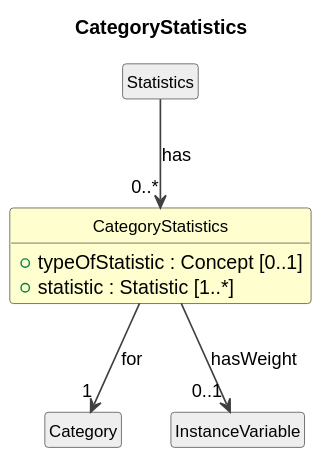
Above: cdif-uml-model/CDIFDataStructure/Classes/CategoryStatistics.svg in Cross-Domain-Interoperability-Framework/metadataBuildingBlocks (PlantUML), before the change. Source of this version:
```plantuml
@startuml
title CategoryStatistics
hide circle
hide empty members
skinparam shadowing false
skinparam ArrowThickness 1.2
skinparam class {
  ArrowColor #404040
  BorderColor #404040
  FontSize 12
}

class "CategoryStatistics" as CategoryStatistics #FEFECE {
  +typeOfStatistic : Concept [0..1]
  +statistic : Statistic [1..*]
}
class "Statistics" as Statistics #EEEEEE
Statistics --> "0..*" CategoryStatistics : has
class "Category" as Category #EEEEEE
CategoryStatistics --> "1" Category : for
class "InstanceVariable" as InstanceVariable #EEEEEE
CategoryStatistics --> "0..1" InstanceVariable : hasWeight
@enduml
```
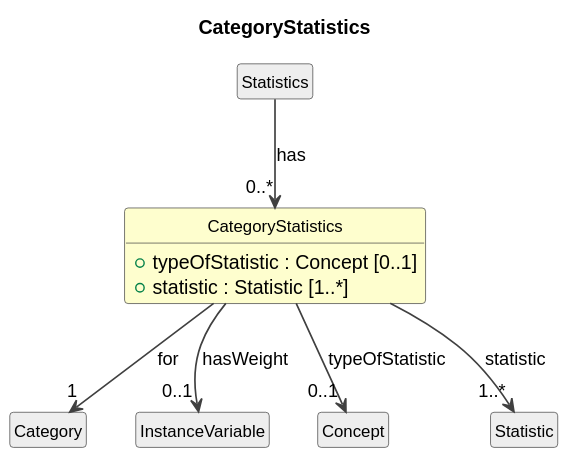
After the change.

What changed in the source:
```diff
@@ -20,4 +20,8 @@
 CategoryStatistics --> "1" Category : for
 class "InstanceVariable" as InstanceVariable #EEEEEE
 CategoryStatistics --> "0..1" InstanceVariable : hasWeight
+class "Concept" as Concept #EEEEEE
+CategoryStatistics --> "0..1" Concept : typeOfStatistic
+class "Statistic" as Statistic #EEEEEE
+CategoryStatistics --> "1..*" Statistic : statistic
 @enduml
```
